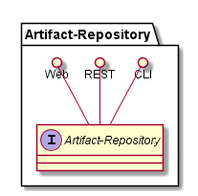
Before: docs/Solution/Artifact-Repository/Logical.png, a diagram exported from PlantUML (CAADE/C3). The source it was exported from:
```plantuml
@startuml

package "Artifact-Repository" {
    interface "Artifact-Repository" {

    }
    CLI ()-- "Artifact-Repository"
    REST ()-- "Artifact-Repository"
    Web ()-- "Artifact-Repository"
}


@enduml
```
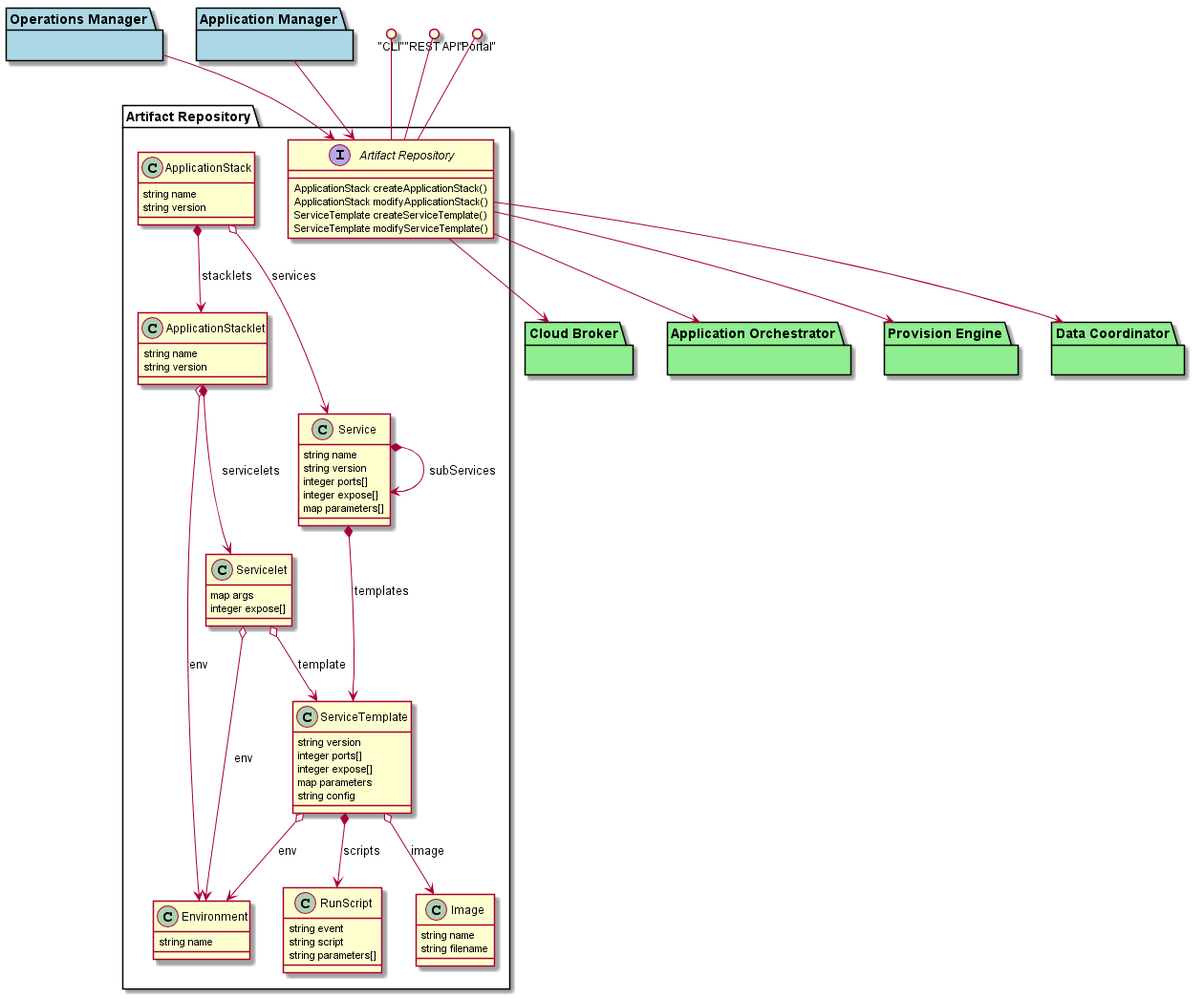
After the commit.

What changed in the source:
```diff
@@ -1,13 +1,79 @@
 @startuml
+package "Artifact Repository" {
+  interface "Artifact Repository" {
+      ApplicationStack createApplicationStack()
+      ApplicationStack modifyApplicationStack()
+      ServiceTemplate createServiceTemplate()
+      ServiceTemplate modifyServiceTemplate()
+  }
+  class ApplicationStack {
+    string name
+    string version
+  }
+  class ApplicationStacklet {
+    string name
+    string version
+  }
+  class Service {
+    string name
+    string version
+    integer ports[]
+    integer expose[]
+    map parameters[]
+  }
+  class ServiceTemplate {
+    string version
+    integer ports[]
+    integer expose[]
+    map parameters
+    string config
+  }
+  class Servicelet {
+    map args
+    integer expose[]
+    }
 
-package "Artifact-Repository" {
-    interface "Artifact-Repository" {
+  class RunScript {
+    string event
+    string script
+    string parameters[]
+  }
+  class Image {
+    string name
+    string filename
+  }
+  class Environment {
+    string name
+  }
+}
+Service *--> Service: subServices
+Service *--> ServiceTemplate : templates
+ServiceTemplate o--> Environment : env
+ServiceTemplate *--> RunScript : scripts
+ServiceTemplate o--> Image : image
+Servicelet o--> Environment : env
+Servicelet o--> ServiceTemplate : template
+ApplicationStack *--> "ApplicationStacklet" : stacklets
+ApplicationStacklet o--> "Environment" : env
+ApplicationStacklet *--> "Servicelet" : servicelets
+ApplicationStack o--> "Service" : services
 
-    }
-    CLI ()-- "Artifact-Repository"
-    REST ()-- "Artifact-Repository"
-    Web ()-- "Artifact-Repository"
-}
+"CLI" ()-- "Artifact Repository"
+"REST API" ()-- "Artifact Repository"
+"Portal" ()-- "Artifact Repository"
 
+package "Cloud Broker"  #lightgreen {}
+package "Application Orchestrator" #lightgreen {}
+package "Provision Engine" #lightgreen {}
+package "Data Coordinator" #lightgreen {}
+package "Operations Manager" #lightblue {}
+package "Application Manager" #lightblue {}
+
+"Operations Manager" --> "Artifact Repository"
+"Application Manager" --> "Artifact Repository"
+"Artifact Repository" --> "Cloud Broker"
+"Artifact Repository" --> "Provision Engine"
+"Artifact Repository" --> "Data Coordinator"
+"Artifact Repository" --> "Application Orchestrator"
 
 @enduml
```
